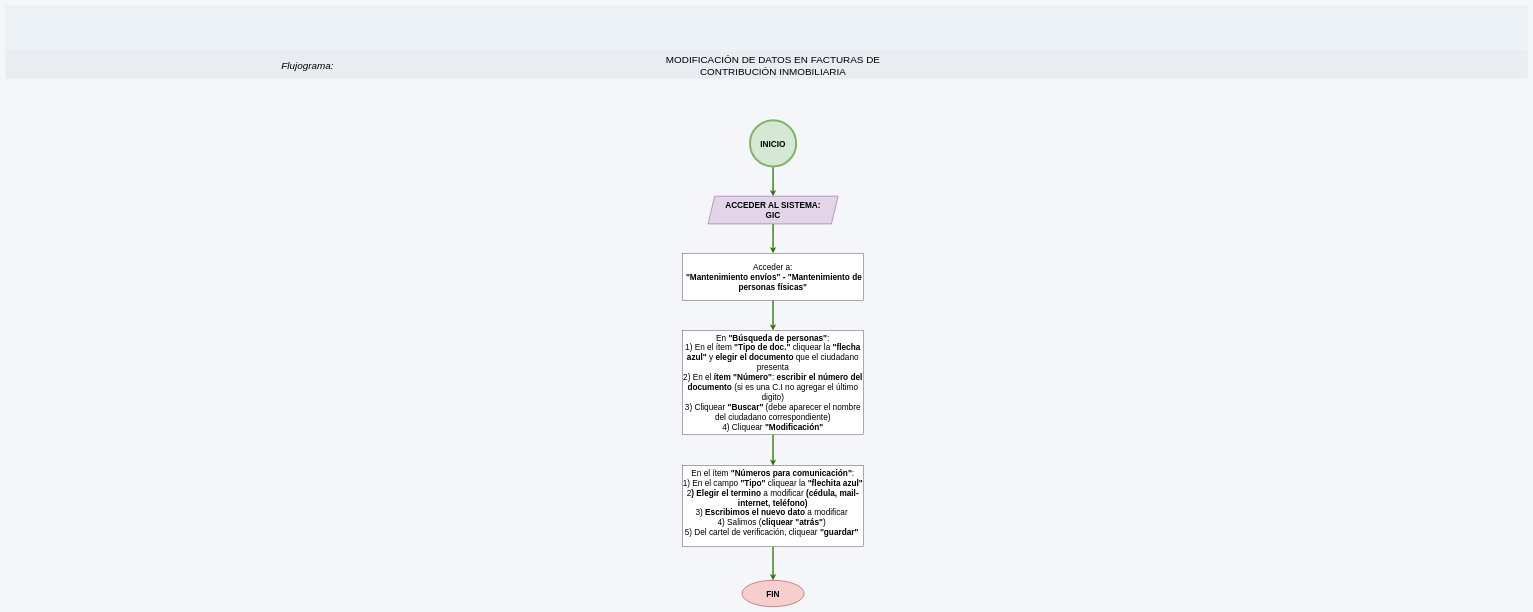
The draw.io diagram page "Modificación de datos" (6 of 6) of GIC_contribucion/GIC_contribucion.drawio in adlc20/Manual_de_procedimientos_ccz9, before the edit. Source tidied: cells renumbered, new cells numbered last; positions are measured from the earlier drawing's top-left corner, leaving out a move shared by most shapes. Both pictures are drawn from the tidied source at 33%, with x=0, y=0 at pixel (6, 6).
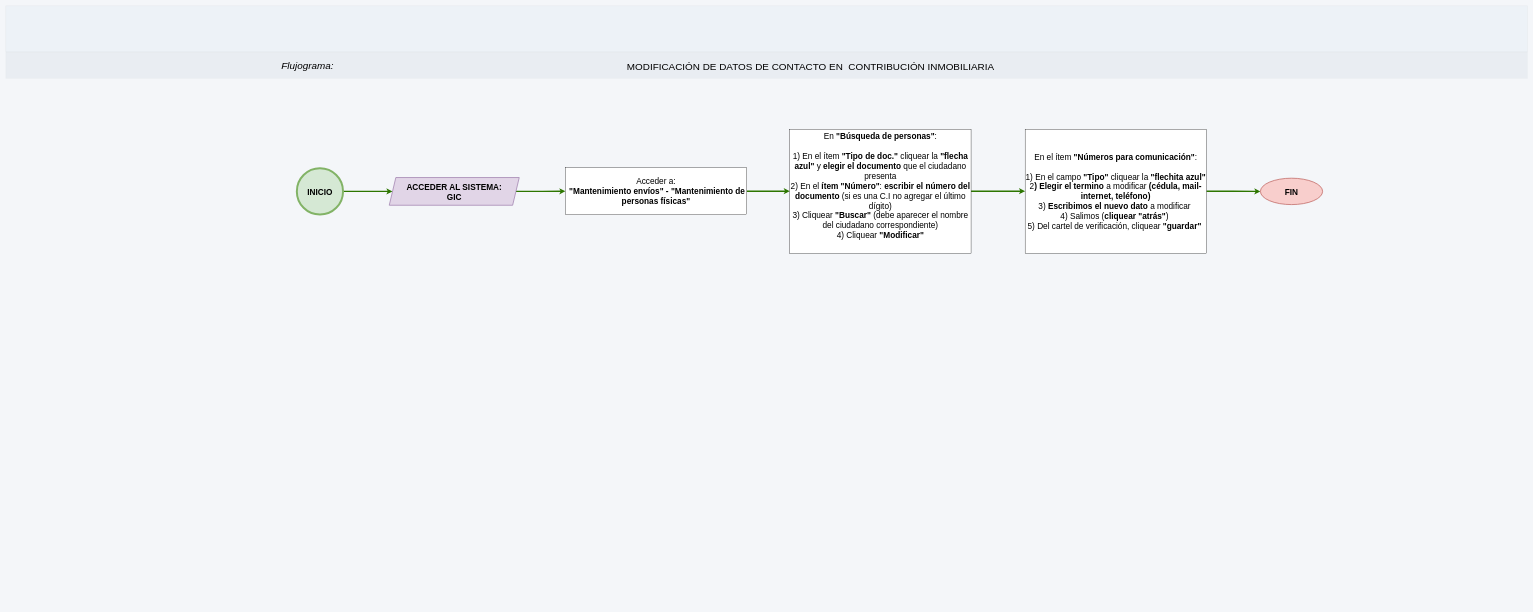
The same diagram, later.

The edit, as a diff of the source:
```diff
@@
 <mxGraphModel background="light-dark(#F4F6F9,#121212)">
   <root>
     <mxCell id="0" />
     <mxCell id="1" parent="0" />
     <mxCell id="2" style="verticalLabelPosition=bottom;verticalAlign=middle;html=1;shape=mxgraph.basic.patternFillRect;step=5;fillStrokeWidth=0.2;fillStrokeColor=#dddddd;fillColor=#EDF2F7;strokeWidth=0;dashed=1;dashPattern=1 4;rounded=1;align=center;fontFamily=Helvetica;fontSize=12;fontColor=#2D3748;" parent="1" vertex="1">
       <mxGeometry width="4611" height="140" as="geometry" />
     </mxCell>
     <mxCell id="3" style="verticalLabelPosition=bottom;verticalAlign=top;html=1;shape=mxgraph.basic.patternFillRect;fillStyle=auto;step=5;fillStrokeWidth=0.2;fillStrokeColor=#dddddd;fillColor=#E0E5EB;strokeWidth=0;opacity=50;fontColor=#ffffff;shadow=0;comic=0;align=center;fontFamily=Helvetica;fontSize=12;gradientColor=none;" parent="1" vertex="1">
       <mxGeometry y="140" width="4611" height="80" as="geometry" />
     </mxCell>
     <mxCell id="4" value="&lt;font style=&quot;font-size: 30px;&quot;&gt;&lt;i&gt;Flujograma:&amp;nbsp;&lt;/i&gt;&lt;/font&gt;" style="text;html=1;whiteSpace=wrap;strokeColor=none;fillColor=none;align=center;verticalAlign=middle;rounded=0;" parent="1" vertex="1">
       <mxGeometry x="766" y="158" width="305" height="44" as="geometry" />
     </mxCell>
-    <mxCell id="5" value="&lt;font style=&quot;font-size: 30px;&quot;&gt;MODIFICACIÓN DE DATOS EN FACTURAS DE&lt;/font&gt;&lt;div&gt;&lt;font style=&quot;font-size: 30px;&quot;&gt;&amp;nbsp;CONTRIBUCIÓN INMOBILIARIA&amp;nbsp;&lt;/font&gt;&lt;/div&gt;" style="text;html=1;whiteSpace=wrap;strokeColor=none;fillColor=none;align=center;verticalAlign=middle;rounded=0;" parent="1" vertex="1">
-      <mxGeometry x="1799" y="143" width="1052.1" height="74" as="geometry" />
+    <mxCell id="5" value="&lt;font style=&quot;font-size: 30px;&quot;&gt;MODIFICACIÓN DE DATOS DE CONTACTO EN&amp;nbsp;&amp;nbsp;&lt;/font&gt;&lt;span style=&quot;font-size: 30px; background-color: transparent; color: light-dark(rgb(0, 0, 0), rgb(255, 255, 255));&quot;&gt;CONTRIBUCIÓN INMOBILIARIA&amp;nbsp;&lt;/span&gt;" style="text;html=1;whiteSpace=wrap;strokeColor=none;fillColor=none;align=center;verticalAlign=middle;rounded=0;" parent="1" vertex="1">
+      <mxGeometry x="1860" y="146" width="1166" height="74" as="geometry" />
     </mxCell>
-    <mxCell id="6" style="edgeStyle=orthogonalEdgeStyle;rounded=0;jettySize=auto;html=1;exitX=0.5;exitY=1;exitDx=0;exitDy=0;strokeWidth=4;fillColor=#60a917;strokeColor=#2D7600;" parent="1" edge="1" source="7" target="9">
-      <mxGeometry relative="1" as="geometry" />
+    <mxCell id="6" style="edgeStyle=orthogonalEdgeStyle;rounded=0;jettySize=auto;html=1;exitX=1;exitY=0.5;exitDx=0;exitDy=0;strokeWidth=4;fillColor=#60a917;strokeColor=#2D7600;entryX=0;entryY=0.5;entryDx=0;entryDy=0;" parent="1" edge="1" source="7" target="9">
+      <mxGeometry x="0.1" relative="1" as="geometry" />
     </mxCell>
     <mxCell id="7" value="&lt;font&gt;&lt;b&gt;INICIO&lt;/b&gt;&lt;/font&gt;" style="ellipse;whiteSpace=wrap;html=1;fillColor=#D5E8D4;strokeColor=#82b366;strokeWidth=6;gradientColor=none;fontSize=25;" parent="1" vertex="1">
-      <mxGeometry x="2255.1" y="347" width="140" height="140" as="geometry" />
+      <mxGeometry x="882" y="492.5" width="140" height="140" as="geometry" />
     </mxCell>
-    <mxCell id="8" style="edgeStyle=orthogonalEdgeStyle;rounded=0;jettySize=auto;html=1;exitX=0.5;exitY=1;exitDx=0;exitDy=0;fillColor=#60a917;strokeColor=#2D7600;strokeWidth=4;" parent="1" edge="1" source="9" target="11">
+    <mxCell id="8" style="edgeStyle=orthogonalEdgeStyle;rounded=0;jettySize=auto;html=1;exitX=1;exitY=0.5;exitDx=0;exitDy=0;fillColor=#60a917;strokeColor=#2D7600;strokeWidth=4;" parent="1" edge="1" source="9" target="11">
       <mxGeometry relative="1" as="geometry" />
     </mxCell>
     <mxCell id="9" value="&lt;font&gt;&lt;span&gt;ACCEDER AL SISTEMA:&lt;/span&gt;&lt;/font&gt;&lt;div&gt;&lt;font&gt;&lt;span&gt;&amp;nbsp;GIC&amp;nbsp;&lt;/span&gt;&lt;/font&gt;&lt;/div&gt;" style="shape=parallelogram;perimeter=parallelogramPerimeter;whiteSpace=wrap;html=1;fixedSize=1;fillColor=#e1d5e7;strokeColor=#9673a6;strokeWidth=2;fontSize=25;fontStyle=1;" parent="1" vertex="1">
-      <mxGeometry x="2128.1" y="577" width="394" height="84" as="geometry" />
+      <mxGeometry x="1162" y="520.5" width="394" height="84" as="geometry" />
     </mxCell>
-    <mxCell id="10" style="edgeStyle=orthogonalEdgeStyle;rounded=0;jettySize=auto;html=1;exitX=0.5;exitY=1;exitDx=0;exitDy=0;fillColor=#60a917;strokeColor=#2D7600;strokeWidth=4;" parent="1" edge="1" source="11" target="16">
+    <mxCell id="10" style="edgeStyle=orthogonalEdgeStyle;rounded=0;jettySize=auto;html=1;exitX=1;exitY=0.5;exitDx=0;exitDy=0;fillColor=#60a917;strokeColor=#2D7600;strokeWidth=4;" parent="1" edge="1" source="11" target="16">
       <mxGeometry relative="1" as="geometry" />
     </mxCell>
     <mxCell id="11" value="&lt;font style=&quot;font-size: 25px;&quot;&gt;Acceder a:&lt;/font&gt;&lt;div style=&quot;&quot;&gt;&lt;span style=&quot;font-size: 25px; background-color: transparent; color: light-dark(rgb(0, 0, 0), rgb(255, 255, 255));&quot;&gt;&lt;b&gt;&amp;nbsp;&quot;Mantenimiento envíos&quot; - &quot;Mantenimiento de personas físicas&quot;&lt;/b&gt;&lt;/span&gt;&lt;/div&gt;" style="rounded=0;whiteSpace=wrap;html=1;align=center;" parent="1" vertex="1">
-      <mxGeometry x="2050.4" y="750" width="549.2" height="143" as="geometry" />
+      <mxGeometry x="1696" y="490.5" width="549.2" height="143" as="geometry" />
     </mxCell>
-    <mxCell id="12" style="edgeStyle=orthogonalEdgeStyle;rounded=0;jettySize=auto;html=1;exitX=0.5;exitY=1;exitDx=0;exitDy=0;fillColor=#60a917;strokeColor=#2D7600;strokeWidth=4;" parent="1" edge="1" source="13" target="14">
+    <mxCell id="12" style="edgeStyle=orthogonalEdgeStyle;rounded=0;jettySize=auto;html=1;exitX=1;exitY=0.5;exitDx=0;exitDy=0;fillColor=#60a917;strokeColor=#2D7600;strokeWidth=4;" parent="1" edge="1" source="13" target="14">
       <mxGeometry relative="1" as="geometry" />
     </mxCell>
-    <mxCell id="13" value="&lt;div&gt;&lt;span style=&quot;font-size: 25px;&quot;&gt;En el ítem&lt;b&gt; &quot;Números para comunicación&quot;&lt;/b&gt;:&lt;/span&gt;&lt;/div&gt;&lt;div&gt;&lt;span style=&quot;font-size: 25px;&quot;&gt;1) En el campo&lt;b&gt; &quot;Tipo&quot;&lt;/b&gt; cliquear la &lt;b&gt;&quot;flechita azul&quot;&lt;/b&gt;&lt;/span&gt;&lt;/div&gt;&lt;div&gt;&lt;span style=&quot;font-size: 25px;&quot;&gt;2&lt;b&gt;) Elegir el termino&lt;/b&gt; a modificar&lt;b&gt; (cédula, mail-internet, teléfono)&lt;/b&gt;&lt;/span&gt;&lt;/div&gt;&lt;div&gt;&lt;span style=&quot;font-size: 25px;&quot;&gt;3) &lt;b&gt;Escribimos el nuevo dato&lt;/b&gt; a modificar&amp;nbsp;&lt;/span&gt;&lt;/div&gt;&lt;div&gt;&lt;span style=&quot;font-size: 25px;&quot;&gt;4) Salimos (&lt;b&gt;cliquear &quot;atrás&quot;&lt;/b&gt;)&amp;nbsp;&lt;/span&gt;&lt;/div&gt;&lt;div&gt;&lt;span style=&quot;font-size: 25px;&quot;&gt;5) Del cartel de verificación,&amp;nbsp;&lt;/span&gt;&lt;span style=&quot;font-size: 25px; background-color: transparent; color: light-dark(rgb(0, 0, 0), rgb(255, 255, 255));&quot;&gt;cliquear &lt;b&gt;&quot;guardar&quot;&lt;/b&gt;&lt;/span&gt;&lt;span style=&quot;font-size: 25px; background-color: transparent; color: light-dark(rgb(0, 0, 0), rgb(255, 255, 255));&quot;&gt;&lt;b&gt;&amp;nbsp;&lt;/b&gt;&lt;/span&gt;&lt;/div&gt;" style="rounded=0;whiteSpace=wrap;html=1;align=center;verticalAlign=top;" parent="1" vertex="1">
-      <mxGeometry x="2050.4" y="1394" width="549.2" height="245.5" as="geometry" />
+    <mxCell id="13" value="&lt;div&gt;&lt;span style=&quot;font-size: 25px;&quot;&gt;En el ítem&lt;b&gt; &quot;Números para comunicación&quot;&lt;/b&gt;:&lt;/span&gt;&lt;/div&gt;&lt;div&gt;&lt;span style=&quot;font-size: 25px;&quot;&gt;&lt;br&gt;&lt;/span&gt;&lt;/div&gt;&lt;div&gt;&lt;span style=&quot;font-size: 25px;&quot;&gt;1) En el campo&lt;b&gt; &quot;Tipo&quot;&lt;/b&gt; cliquear la &lt;b&gt;&quot;flechita azul&quot;&lt;/b&gt;&lt;/span&gt;&lt;/div&gt;&lt;div&gt;&lt;span style=&quot;font-size: 25px;&quot;&gt;2&lt;b&gt;) Elegir el termino&lt;/b&gt; a modificar&lt;b&gt; (cédula, mail-internet, teléfono)&lt;/b&gt;&lt;/span&gt;&lt;/div&gt;&lt;div&gt;&lt;span style=&quot;font-size: 25px;&quot;&gt;3) &lt;b&gt;Escribimos el nuevo dato&lt;/b&gt; a modificar&amp;nbsp;&lt;/span&gt;&lt;/div&gt;&lt;div&gt;&lt;span style=&quot;font-size: 25px;&quot;&gt;4) Salimos (&lt;b&gt;cliquear &quot;atrás&quot;&lt;/b&gt;)&amp;nbsp;&lt;/span&gt;&lt;/div&gt;&lt;div&gt;&lt;span style=&quot;font-size: 25px;&quot;&gt;5) Del cartel de verificación,&amp;nbsp;&lt;/span&gt;&lt;span style=&quot;font-size: 25px; background-color: transparent; color: light-dark(rgb(0, 0, 0), rgb(255, 255, 255));&quot;&gt;cliquear &lt;b&gt;&quot;guardar&quot;&lt;/b&gt;&lt;/span&gt;&lt;span style=&quot;font-size: 25px; background-color: transparent; color: light-dark(rgb(0, 0, 0), rgb(255, 255, 255));&quot;&gt;&lt;b&gt;&amp;nbsp;&lt;/b&gt;&lt;/span&gt;&lt;/div&gt;" style="rounded=0;whiteSpace=wrap;html=1;align=center;verticalAlign=middle;" parent="1" vertex="1">
+      <mxGeometry x="3089" y="374" width="549.2" height="376" as="geometry" />
     </mxCell>
     <mxCell id="14" value="&lt;font&gt;&lt;b&gt;FIN&lt;/b&gt;&lt;/font&gt;" style="ellipse;whiteSpace=wrap;html=1;fillColor=#f8cecc;strokeColor=#b85450;strokeWidth=2;fontSize=25;" parent="1" vertex="1">
-      <mxGeometry x="2230.9" y="1741" width="188.4" height="80" as="geometry" />
+      <mxGeometry x="3802" y="522.5" width="188.4" height="80" as="geometry" />
     </mxCell>
-    <mxCell id="15" style="edgeStyle=orthogonalEdgeStyle;rounded=0;jettySize=auto;html=1;exitX=0.5;exitY=1;exitDx=0;exitDy=0;fillColor=#60a917;strokeColor=#2D7600;strokeWidth=4;" parent="1" edge="1" source="16" target="13">
+    <mxCell id="15" style="edgeStyle=orthogonalEdgeStyle;rounded=0;jettySize=auto;html=1;exitX=1;exitY=0.5;exitDx=0;exitDy=0;fillColor=#60a917;strokeColor=#2D7600;strokeWidth=4;" parent="1" edge="1" source="16" target="13">
       <mxGeometry relative="1" as="geometry" />
     </mxCell>
-    <mxCell id="16" value="&lt;div&gt;&lt;span style=&quot;font-size: 25px;&quot;&gt;En &lt;b&gt;&quot;Búsqueda de personas&quot;&lt;/b&gt;:&lt;/span&gt;&lt;/div&gt;&lt;div&gt;&lt;span style=&quot;font-size: 25px;&quot;&gt;1) En el ítem &lt;b&gt;&quot;Tipo de doc.&quot;&lt;/b&gt; cliquear la &lt;b&gt;&quot;flecha azul&quot;&lt;/b&gt; y &lt;b&gt;elegir el documento&lt;/b&gt; que el ciudadano presenta&lt;/span&gt;&lt;/div&gt;&lt;div&gt;&lt;span style=&quot;font-size: 25px;&quot;&gt;2) En el &lt;b&gt;ítem &quot;Número&quot;&lt;/b&gt;: &lt;b&gt;escribir&amp;nbsp;el número del documento&lt;/b&gt;&amp;nbsp;(si es una C.I no agregar el último digito)&lt;/span&gt;&lt;/div&gt;&lt;div&gt;&lt;span style=&quot;font-size: 25px;&quot;&gt;3) Cliquear &lt;b style=&quot;&quot;&gt;&quot;Buscar&quot;&lt;/b&gt; (debe aparecer el nombre del ciudadano correspondiente)&lt;/span&gt;&lt;/div&gt;&lt;div&gt;&lt;span style=&quot;font-size: 25px;&quot;&gt;4) Cliquear &lt;b&gt;&quot;Modificación&quot;&lt;/b&gt;&lt;/span&gt;&lt;/div&gt;" style="rounded=0;whiteSpace=wrap;html=1;align=center;verticalAlign=top;" parent="1" vertex="1">
-      <mxGeometry x="2050.4" y="984" width="549.2" height="316" as="geometry" />
+    <mxCell id="16" value="&lt;div&gt;&lt;span style=&quot;font-size: 25px;&quot;&gt;En &lt;b&gt;&quot;Búsqueda de personas&quot;&lt;/b&gt;:&lt;/span&gt;&lt;/div&gt;&lt;div&gt;&lt;span style=&quot;font-size: 25px;&quot;&gt;&lt;br&gt;&lt;/span&gt;&lt;/div&gt;&lt;div&gt;&lt;span style=&quot;font-size: 25px;&quot;&gt;1) En el ítem &lt;b&gt;&quot;Tipo de doc.&quot;&lt;/b&gt; cliquear la &lt;b&gt;&quot;flecha azul&quot;&lt;/b&gt; y &lt;b&gt;elegir el documento&lt;/b&gt; que el ciudadano presenta&lt;/span&gt;&lt;/div&gt;&lt;div&gt;&lt;span style=&quot;font-size: 25px;&quot;&gt;2) En el &lt;b&gt;ítem &quot;Número&quot;&lt;/b&gt;: &lt;b&gt;escribir&amp;nbsp;el número del documento&lt;/b&gt;&amp;nbsp;(si es una C.I no agregar el último dígito)&lt;/span&gt;&lt;/div&gt;&lt;div&gt;&lt;span style=&quot;font-size: 25px;&quot;&gt;3) Cliquear &lt;b style=&quot;&quot;&gt;&quot;Buscar&quot;&lt;/b&gt; (debe aparecer el nombre del ciudadano correspondiente)&lt;/span&gt;&lt;/div&gt;&lt;div&gt;&lt;span style=&quot;font-size: 25px;&quot;&gt;4) Cliquear &lt;b&gt;&quot;Modificar&quot;&lt;/b&gt;&lt;/span&gt;&lt;/div&gt;" style="rounded=0;whiteSpace=wrap;html=1;align=center;verticalAlign=top;" parent="1" vertex="1">
+      <mxGeometry x="2375.9" y="374" width="549.2" height="376" as="geometry" />
     </mxCell>
   </root>
 </mxGraphModel>
```
